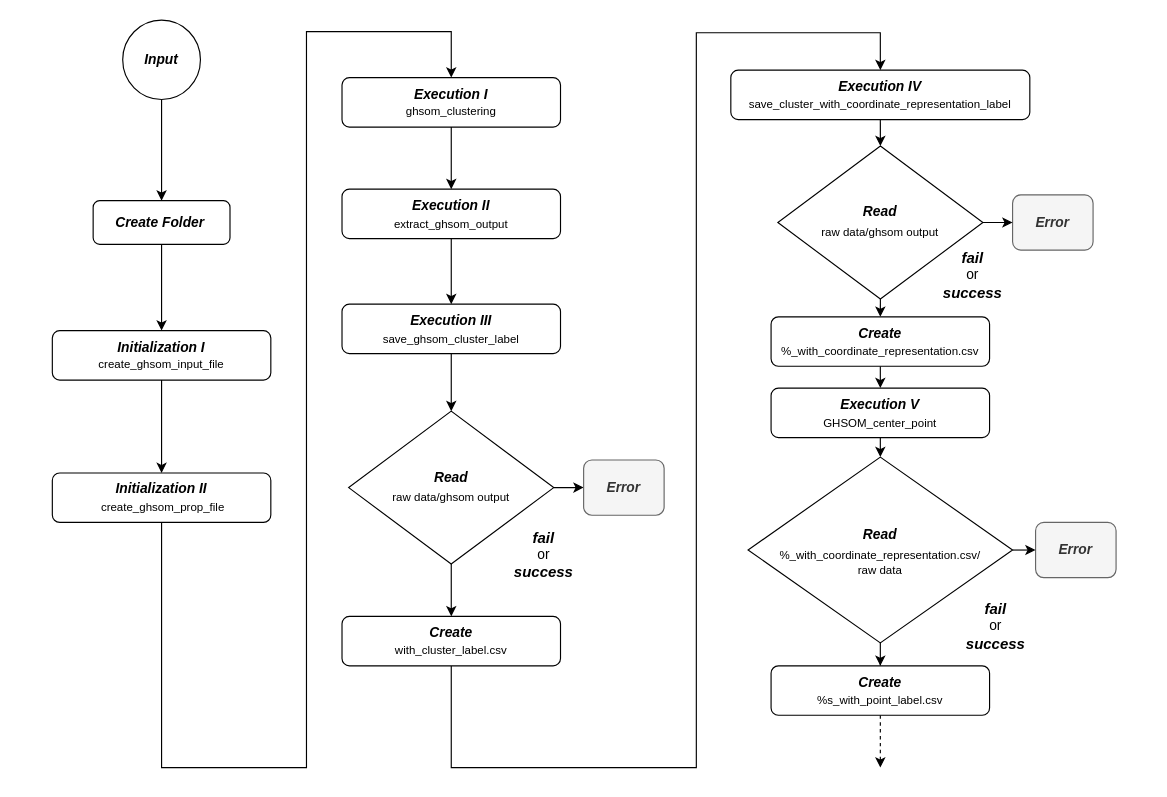
This is draw.io/Ustep1-1.drawio from lina2360/HiSeqGan, a draw.io file, before an edit. Source tidied: cells renumbered, new cells numbered last; positions are measured from the earlier drawing's top-left corner, leaving out a move shared by most shapes. Both pictures are drawn from the tidied source at 115%, with x=0, y=0 at pixel (52, 20).
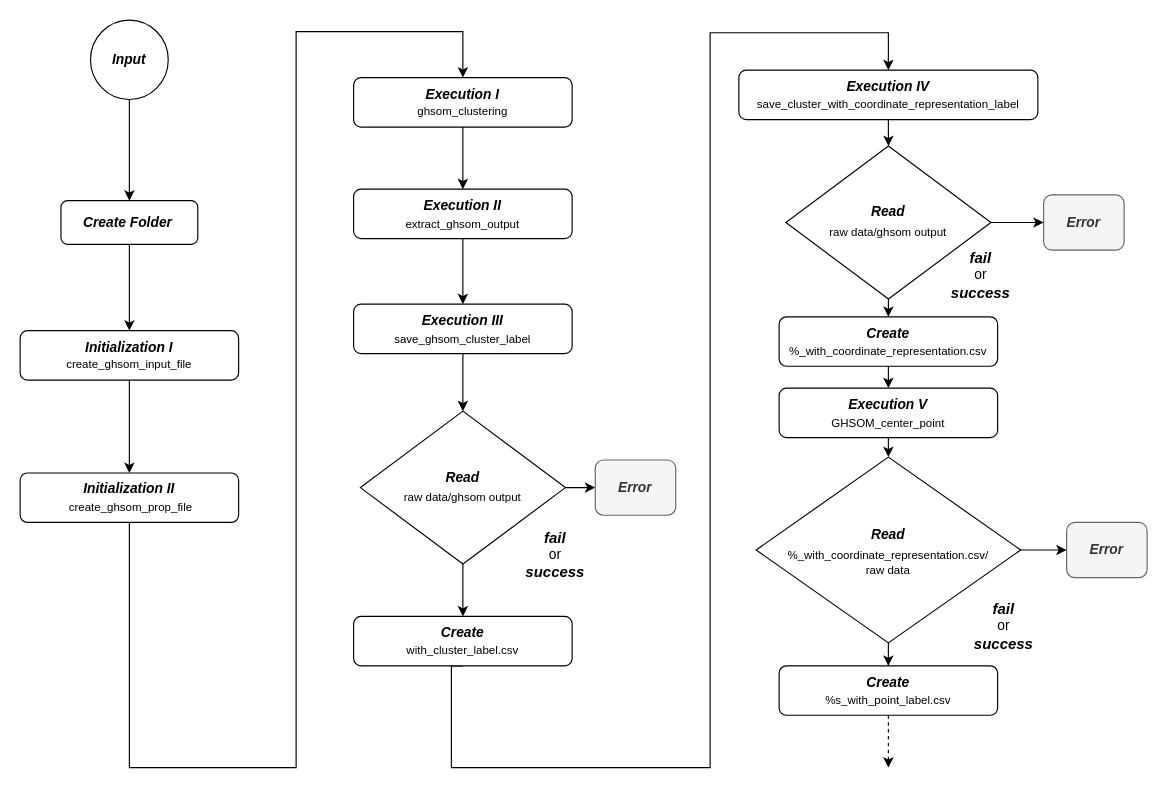
The same diagram, later.

Commit message (it also covers changes not shown here):
updating flowcharts with new styling

The edit, as a diff of the source:
```diff
@@
     <mxCell id="3" value="&lt;i&gt;&lt;b&gt;Create Folder&lt;/b&gt;&lt;/i&gt;&amp;nbsp;" style="rounded=1;whiteSpace=wrap;html=1;fontSize=12;glass=0;strokeWidth=1;shadow=0;" parent="1" vertex="1">
-      <mxGeometry x="35.5" y="157" width="119" height="38" as="geometry" />
+      <mxGeometry x="7.5" y="157" width="119" height="38" as="geometry" />
     </mxCell>
@@
     <mxCell id="5" value="&lt;b style=&quot;font-size: 11px&quot;&gt;&lt;i&gt;&lt;font style=&quot;font-size: 12px&quot;&gt;Initialization I&lt;/font&gt;&lt;/i&gt;&lt;/b&gt;&lt;br&gt;&lt;font style=&quot;font-size: 10px ; line-height: 140%&quot;&gt;&lt;font style=&quot;font-size: 10px&quot;&gt;create&lt;/font&gt;&lt;font style=&quot;font-size: 10px&quot;&gt;_ghsom_input_file&lt;/font&gt;&lt;/font&gt;" style="rounded=1;whiteSpace=wrap;html=1;fontSize=12;glass=0;strokeWidth=1;shadow=0;" parent="1" vertex="1">
-      <mxGeometry y="270" width="190" height="43" as="geometry" />
+      <mxGeometry x="-28" y="270" width="190" height="43" as="geometry" />
     </mxCell>
@@
     <mxCell id="7" value="&lt;i&gt;&lt;b&gt;Input&lt;/b&gt;&lt;/i&gt;" style="ellipse;whiteSpace=wrap;html=1;" parent="1" vertex="1">
-      <mxGeometry x="61.2" width="67.6" height="69" as="geometry" />
+      <mxGeometry x="33.2" width="67.6" height="69" as="geometry" />
     </mxCell>
@@
     <mxCell id="10" value="&lt;p style=&quot;line-height: 140%&quot;&gt;&lt;i&gt;&lt;b style=&quot;line-height: 120%&quot;&gt;Read&lt;/b&gt;&lt;/i&gt;&lt;br&gt;&lt;font style=&quot;font-size: 10px&quot;&gt;raw data/ghsom output&lt;/font&gt;&lt;/p&gt;" style="rhombus;whiteSpace=wrap;html=1;" parent="1" vertex="1">
-      <mxGeometry x="257.7" y="340" width="178.3" height="133" as="geometry" />
+      <mxGeometry x="267.9" y="340" width="178.3" height="133" as="geometry" />
     </mxCell>
     <mxCell id="11" value="&lt;i&gt;&lt;b&gt;Error&lt;/b&gt;&lt;/i&gt;" style="rounded=1;whiteSpace=wrap;html=1;fontSize=12;glass=0;strokeWidth=1;shadow=0;fillColor=#f5f5f5;strokeColor=#666666;fontColor=#333333;" parent="1" vertex="1">
-      <mxGeometry x="462" y="382.5" width="70" height="48" as="geometry" />
+      <mxGeometry x="472.1" y="382.5" width="70" height="48" as="geometry" />
     </mxCell>
     <mxCell id="12" value="&lt;i&gt;&lt;b&gt;&lt;font style=&quot;font-size: 13px&quot;&gt;fail&lt;/font&gt;&lt;/b&gt;&lt;/i&gt;&lt;br&gt;or&lt;br&gt;&lt;i&gt;&lt;b&gt;&lt;font style=&quot;font-size: 13px&quot;&gt;success&lt;/font&gt;&lt;/b&gt;&lt;/i&gt;" style="text;html=1;align=center;verticalAlign=middle;fillColor=none;strokeColor=none;rounded=0;" parent="1" vertex="1">
-      <mxGeometry x="392" y="440" width="70" height="50" as="geometry" />
+      <mxGeometry x="402.1" y="440" width="70" height="50" as="geometry" />
     </mxCell>
     <mxCell id="13" style="edgeStyle=orthogonalEdgeStyle;rounded=0;jettySize=auto;html=1;exitX=0.5;exitY=1;exitDx=0;exitDy=0;entryX=0.5;entryY=0;entryDx=0;entryDy=0;" parent="1" edge="1" source="14" target="16">
       <mxGeometry relative="1" as="geometry">
         <Array as="points">
-          <mxPoint x="95" y="650" />
-          <mxPoint x="221" y="650" />
-          <mxPoint x="221" y="10" />
-          <mxPoint x="347" y="10" />
+          <mxPoint x="67" y="650" />
+          <mxPoint x="212" y="650" />
+          <mxPoint x="212" y="10" />
+          <mxPoint x="357" y="10" />
         </Array>
       </mxGeometry>
     </mxCell>
     <mxCell id="14" value="&lt;b style=&quot;font-size: 11px&quot;&gt;&lt;i&gt;&lt;font style=&quot;font-size: 12px&quot;&gt;Initialization II&lt;/font&gt;&lt;/i&gt;&lt;/b&gt;&lt;br&gt;&lt;div&gt;&lt;span style=&quot;font-size: 10px&quot;&gt;&amp;nbsp;create_ghsom_prop_&lt;/span&gt;&lt;span style=&quot;font-size: 10px&quot;&gt;file&lt;/span&gt;&lt;/div&gt;" style="rounded=1;whiteSpace=wrap;html=1;fontSize=12;glass=0;strokeWidth=1;shadow=0;" parent="1" vertex="1">
-      <mxGeometry y="393.8" width="190" height="43" as="geometry" />
+      <mxGeometry x="-28" y="393.8" width="190" height="43" as="geometry" />
     </mxCell>
@@
     <mxCell id="16" value="&lt;b style=&quot;font-size: 11px&quot;&gt;&lt;i&gt;&lt;font style=&quot;font-size: 12px&quot;&gt;Execution I&lt;/font&gt;&lt;/i&gt;&lt;/b&gt;&lt;br&gt;&lt;font style=&quot;font-size: 10px ; line-height: 140%&quot;&gt;&lt;font style=&quot;font-size: 10px&quot;&gt;ghsom_clustering&lt;/font&gt;&lt;/font&gt;" style="rounded=1;whiteSpace=wrap;html=1;fontSize=12;glass=0;strokeWidth=1;shadow=0;" parent="1" vertex="1">
-      <mxGeometry x="251.9" y="50" width="190" height="43" as="geometry" />
+      <mxGeometry x="262" y="50" width="190" height="43" as="geometry" />
     </mxCell>
@@
     <mxCell id="18" value="&lt;b style=&quot;font-size: 11px&quot;&gt;&lt;i&gt;&lt;font style=&quot;font-size: 12px&quot;&gt;Execution III&lt;/font&gt;&lt;/i&gt;&lt;/b&gt;&lt;br&gt;&lt;div&gt;&lt;span style=&quot;font-size: 10px&quot;&gt;save_ghsom_cluster&lt;/span&gt;&lt;span style=&quot;font-size: 10px&quot;&gt;_label&lt;/span&gt;&lt;/div&gt;" style="rounded=1;whiteSpace=wrap;html=1;fontSize=12;glass=0;strokeWidth=1;shadow=0;" parent="1" vertex="1">
-      <mxGeometry x="251.9" y="247" width="190" height="43" as="geometry" />
+      <mxGeometry x="262" y="247" width="190" height="43" as="geometry" />
     </mxCell>
     <mxCell id="19" style="edgeStyle=orthogonalEdgeStyle;rounded=0;jettySize=auto;html=1;exitX=0.5;exitY=1;exitDx=0;exitDy=0;entryX=0.5;entryY=0;entryDx=0;entryDy=0;" parent="1" edge="1" source="20" target="36">
       <mxGeometry relative="1" as="geometry">
         <Array as="points">
           <mxPoint x="347" y="650" />
-          <mxPoint x="560" y="650" />
-          <mxPoint x="560" y="11" />
-          <mxPoint x="720" y="11" />
+          <mxPoint x="572" y="650" />
+          <mxPoint x="572" y="11" />
+          <mxPoint x="727" y="11" />
         </Array>
       </mxGeometry>
     </mxCell>
     <mxCell id="20" value="&lt;b style=&quot;font-size: 11px&quot;&gt;&lt;i&gt;&lt;font style=&quot;font-size: 12px&quot;&gt;Create&lt;/font&gt;&lt;/i&gt;&lt;/b&gt;&lt;br&gt;&lt;div&gt;&lt;span style=&quot;font-size: 10px&quot;&gt;with_cluster_label.csv&lt;/span&gt;&lt;/div&gt;" style="rounded=1;whiteSpace=wrap;html=1;fontSize=12;glass=0;strokeWidth=1;shadow=0;" parent="1" vertex="1">
-      <mxGeometry x="251.9" y="518.5" width="190" height="43" as="geometry" />
+      <mxGeometry x="262" y="518.5" width="190" height="43" as="geometry" />
     </mxCell>
     <mxCell id="21" value="&lt;i&gt;&lt;b&gt;Error&lt;/b&gt;&lt;/i&gt;" style="rounded=1;whiteSpace=wrap;html=1;fontSize=12;glass=0;strokeWidth=1;shadow=0;fillColor=#f5f5f5;strokeColor=#666666;fontColor=#333333;" parent="1" vertex="1">
-      <mxGeometry x="855" y="436.8" width="70" height="48" as="geometry" />
+      <mxGeometry x="882" y="436.8" width="70" height="48" as="geometry" />
     </mxCell>
     <mxCell id="22" value="&lt;i&gt;&lt;b&gt;Error&lt;/b&gt;&lt;/i&gt;" style="rounded=1;whiteSpace=wrap;html=1;fontSize=12;glass=0;strokeWidth=1;shadow=0;fillColor=#f5f5f5;strokeColor=#666666;fontColor=#333333;" parent="1" vertex="1">
-      <mxGeometry x="835" y="152" width="70" height="48" as="geometry" />
+      <mxGeometry x="862" y="152" width="70" height="48" as="geometry" />
     </mxCell>
+    <mxCell id="24" style="edgeStyle=orthogonalEdgeStyle;rounded=0;jettySize=auto;html=1;exitX=0.5;exitY=1;exitDx=0;exitDy=0;entryX=0.5;entryY=0;entryDx=0;entryDy=0;" parent="1" edge="1" source="25" target="30">
+      <mxGeometry relative="1" as="geometry" />
+    </mxCell>
-    <mxCell id="23" style="edgeStyle=orthogonalEdgeStyle;rounded=0;jettySize=auto;html=1;" parent="1" edge="1" source="25" target="22">
+    <mxCell id="23" style="edgeStyle=orthogonalEdgeStyle;rounded=0;jettySize=auto;html=1;exitX=1;exitY=0.5;exitDx=0;exitDy=0;entryX=0;entryY=0.5;entryDx=0;entryDy=0;" parent="1" edge="1" source="25" target="22">
       <mxGeometry relative="1" as="geometry" />
     </mxCell>
-    <mxCell id="24" style="edgeStyle=orthogonalEdgeStyle;rounded=0;jettySize=auto;html=1;exitX=0.5;exitY=1;exitDx=0;exitDy=0;entryX=0.5;entryY=0;entryDx=0;entryDy=0;" parent="1" edge="1" source="25" target="30">
-      <mxGeometry relative="1" as="geometry" />
-    </mxCell>
     <mxCell id="25" value="&lt;p style=&quot;line-height: 140%&quot;&gt;&lt;i&gt;&lt;b style=&quot;line-height: 120%&quot;&gt;Read&lt;/b&gt;&lt;/i&gt;&lt;br&gt;&lt;font style=&quot;font-size: 10px&quot;&gt;raw data/ghsom output&lt;/font&gt;&lt;/p&gt;" style="rhombus;whiteSpace=wrap;html=1;" parent="1" vertex="1">
-      <mxGeometry x="630.9" y="109.5" width="178.3" height="133" as="geometry" />
+      <mxGeometry x="637.9" y="109.5" width="178.3" height="133" as="geometry" />
     </mxCell>
+    <mxCell id="27" style="edgeStyle=orthogonalEdgeStyle;rounded=0;jettySize=auto;html=1;" parent="1" edge="1" source="28" target="32">
+      <mxGeometry relative="1" as="geometry" />
+    </mxCell>
@@
-    <mxCell id="27" style="edgeStyle=orthogonalEdgeStyle;rounded=0;jettySize=auto;html=1;" parent="1" edge="1" source="28" target="32">
-      <mxGeometry relative="1" as="geometry" />
-    </mxCell>
     <mxCell id="28" value="&lt;p style=&quot;line-height: 100%&quot;&gt;&lt;i&gt;&lt;b style=&quot;line-height: 180%&quot;&gt;Read&lt;/b&gt;&lt;/i&gt;&lt;br&gt;&lt;font style=&quot;font-size: 10px&quot;&gt;%_with_coordinate_representation.csv/&lt;br&gt;&lt;/font&gt;&lt;span style=&quot;font-size: 10px&quot;&gt;raw data&lt;/span&gt;&lt;/p&gt;" style="rhombus;whiteSpace=wrap;html=1;" parent="1" vertex="1">
-      <mxGeometry x="605" y="380" width="230" height="161.5" as="geometry" />
+      <mxGeometry x="612" y="380" width="230" height="161.5" as="geometry" />
     </mxCell>
@@
     <mxCell id="30" value="&lt;b style=&quot;font-size: 11px&quot;&gt;&lt;i&gt;&lt;font style=&quot;font-size: 12px&quot;&gt;Create&lt;/font&gt;&lt;/i&gt;&lt;/b&gt;&lt;br&gt;&lt;div&gt;&lt;div&gt;&lt;span style=&quot;font-size: 10px&quot;&gt;%_with_coordinate_&lt;/span&gt;&lt;span style=&quot;font-size: 10px&quot;&gt;representation.csv&lt;/span&gt;&lt;/div&gt;&lt;/div&gt;" style="rounded=1;whiteSpace=wrap;html=1;fontSize=12;glass=0;strokeWidth=1;shadow=0;" parent="1" vertex="1">
-      <mxGeometry x="625" y="258" width="190" height="43" as="geometry" />
+      <mxGeometry x="632" y="258" width="190" height="43" as="geometry" />
     </mxCell>
     <mxCell id="31" style="edgeStyle=orthogonalEdgeStyle;rounded=0;jettySize=auto;html=1;dashed=1;" parent="1" edge="1" source="32">
       <mxGeometry relative="1" as="geometry">
-        <mxPoint x="720" y="650" as="targetPoint" />
+        <mxPoint x="727" y="650" as="targetPoint" />
         <Array as="points">
-          <mxPoint x="720" y="640" />
-          <mxPoint x="720" y="640" />
+          <mxPoint x="727" y="640" />
+          <mxPoint x="727" y="640" />
         </Array>
       </mxGeometry>
     </mxCell>
     <mxCell id="32" value="&lt;b style=&quot;font-size: 11px&quot;&gt;&lt;i&gt;&lt;font style=&quot;font-size: 12px&quot;&gt;Create&lt;/font&gt;&lt;/i&gt;&lt;/b&gt;&lt;br&gt;&lt;div&gt;&lt;div&gt;&lt;span style=&quot;font-size: 10px&quot;&gt;%s_with_point_&lt;/span&gt;&lt;span style=&quot;font-size: 10px&quot;&gt;label.csv&lt;/span&gt;&lt;/div&gt;&lt;/div&gt;" style="rounded=1;whiteSpace=wrap;html=1;fontSize=12;glass=0;strokeWidth=1;shadow=0;" parent="1" vertex="1">
-      <mxGeometry x="625" y="561.5" width="190" height="43" as="geometry" />
+      <mxGeometry x="632" y="561.5" width="190" height="43" as="geometry" />
     </mxCell>
@@
     <mxCell id="34" value="&lt;b style=&quot;font-size: 11px&quot;&gt;&lt;i&gt;&lt;font style=&quot;font-size: 12px&quot;&gt;Execution V&lt;/font&gt;&lt;/i&gt;&lt;/b&gt;&lt;br&gt;&lt;span style=&quot;font-size: 10px&quot;&gt;GHSOM_center_point&lt;/span&gt;" style="rounded=1;whiteSpace=wrap;html=1;fontSize=12;glass=0;strokeWidth=1;shadow=0;" parent="1" vertex="1">
-      <mxGeometry x="625" y="320" width="190" height="43" as="geometry" />
+      <mxGeometry x="632" y="320" width="190" height="43" as="geometry" />
     </mxCell>
@@
     <mxCell id="36" value="&lt;b style=&quot;font-size: 11px&quot;&gt;&lt;i&gt;&lt;font style=&quot;font-size: 12px&quot;&gt;Execution IV&lt;/font&gt;&lt;/i&gt;&lt;/b&gt;&lt;br&gt;&lt;div&gt;&lt;span style=&quot;font-size: 10px&quot;&gt;save_cluster_with&lt;/span&gt;&lt;span style=&quot;font-size: 10px&quot;&gt;_coordinate_repres&lt;/span&gt;&lt;span style=&quot;font-size: 10px&quot;&gt;entation_label&lt;/span&gt;&lt;/div&gt;" style="rounded=1;whiteSpace=wrap;html=1;fontSize=12;glass=0;strokeWidth=1;shadow=0;" parent="1" vertex="1">
-      <mxGeometry x="590" y="43.5" width="260" height="43" as="geometry" />
+      <mxGeometry x="597" y="43.5" width="260" height="43" as="geometry" />
     </mxCell>
     <mxCell id="37" value="&lt;i&gt;&lt;b&gt;&lt;font style=&quot;font-size: 13px&quot;&gt;fail&lt;/font&gt;&lt;/b&gt;&lt;/i&gt;&lt;br&gt;or&lt;br&gt;&lt;i&gt;&lt;b&gt;&lt;font style=&quot;font-size: 13px&quot;&gt;success&lt;/font&gt;&lt;/b&gt;&lt;/i&gt;" style="text;html=1;align=center;verticalAlign=middle;fillColor=none;strokeColor=none;rounded=0;" parent="1" vertex="1">
-      <mxGeometry x="765" y="197" width="70" height="50" as="geometry" />
+      <mxGeometry x="772" y="197" width="70" height="50" as="geometry" />
     </mxCell>
     <mxCell id="38" value="&lt;i&gt;&lt;b&gt;&lt;font style=&quot;font-size: 13px&quot;&gt;fail&lt;/font&gt;&lt;/b&gt;&lt;/i&gt;&lt;br&gt;or&lt;br&gt;&lt;i&gt;&lt;b&gt;&lt;font style=&quot;font-size: 13px&quot;&gt;success&lt;/font&gt;&lt;/b&gt;&lt;/i&gt;" style="text;html=1;align=center;verticalAlign=middle;fillColor=none;strokeColor=none;rounded=0;" parent="1" vertex="1">
-      <mxGeometry x="785" y="501.5" width="70" height="50" as="geometry" />
+      <mxGeometry x="792" y="501.5" width="70" height="50" as="geometry" />
     </mxCell>
     <mxCell id="39" value="&lt;b style=&quot;font-size: 11px&quot;&gt;&lt;i&gt;&lt;font style=&quot;font-size: 12px&quot;&gt;Execution II&lt;/font&gt;&lt;/i&gt;&lt;/b&gt;&lt;br&gt;&lt;span style=&quot;font-size: 10px&quot;&gt;extract_ghsom_output&lt;/span&gt;" style="rounded=1;whiteSpace=wrap;html=1;fontSize=12;glass=0;strokeWidth=1;shadow=0;" parent="1" vertex="1">
-      <mxGeometry x="251.9" y="147" width="190" height="43" as="geometry" />
+      <mxGeometry x="262" y="147" width="190" height="43" as="geometry" />
     </mxCell>
```
